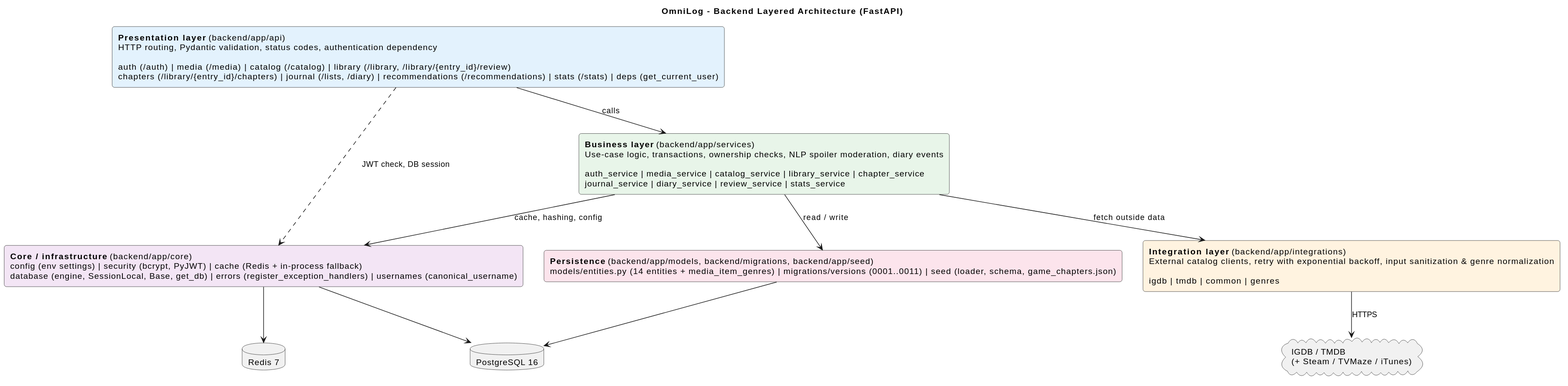
Above: docs/design/arch/02-backend-layers.svg in metezd/OmniLog (PlantUML), before the change.
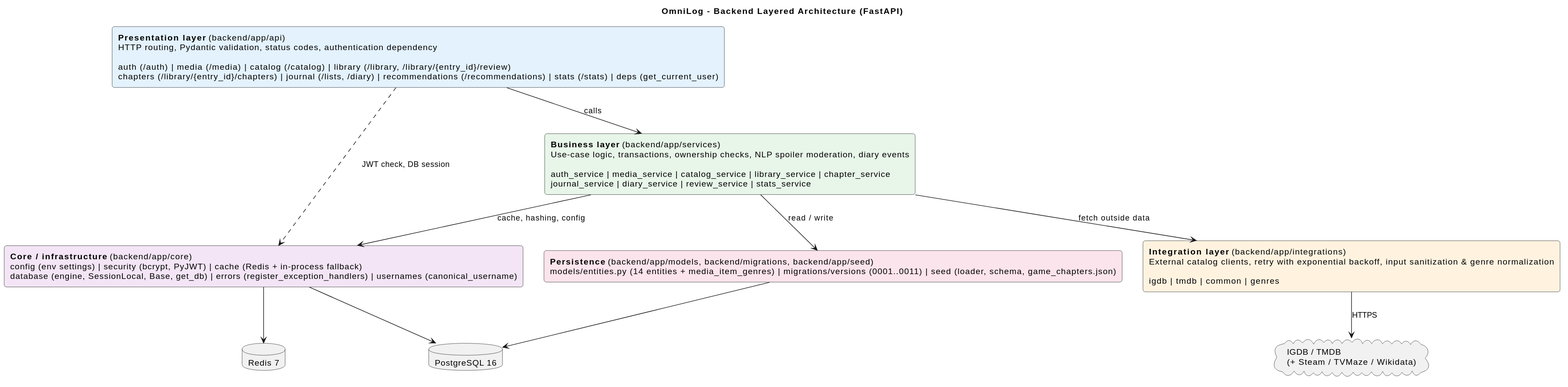
Later version of the same file.

Commit message:
docs(design): show Wikidata as the keyless movie source in the diagrams and the report

What changed in the source:
```diff
@@ -20,7 +20,7 @@
 
 database "PostgreSQL 16" as PG
 database "Redis 7" as R
-cloud "IGDB / TMDB\n(+ Steam / TVMaze / iTunes)" as EXT
+cloud "IGDB / TMDB\n(+ Steam / TVMaze / Wikidata)" as EXT
 
 API --> SVC : calls
 SVC --> INT : fetch outside data
```
